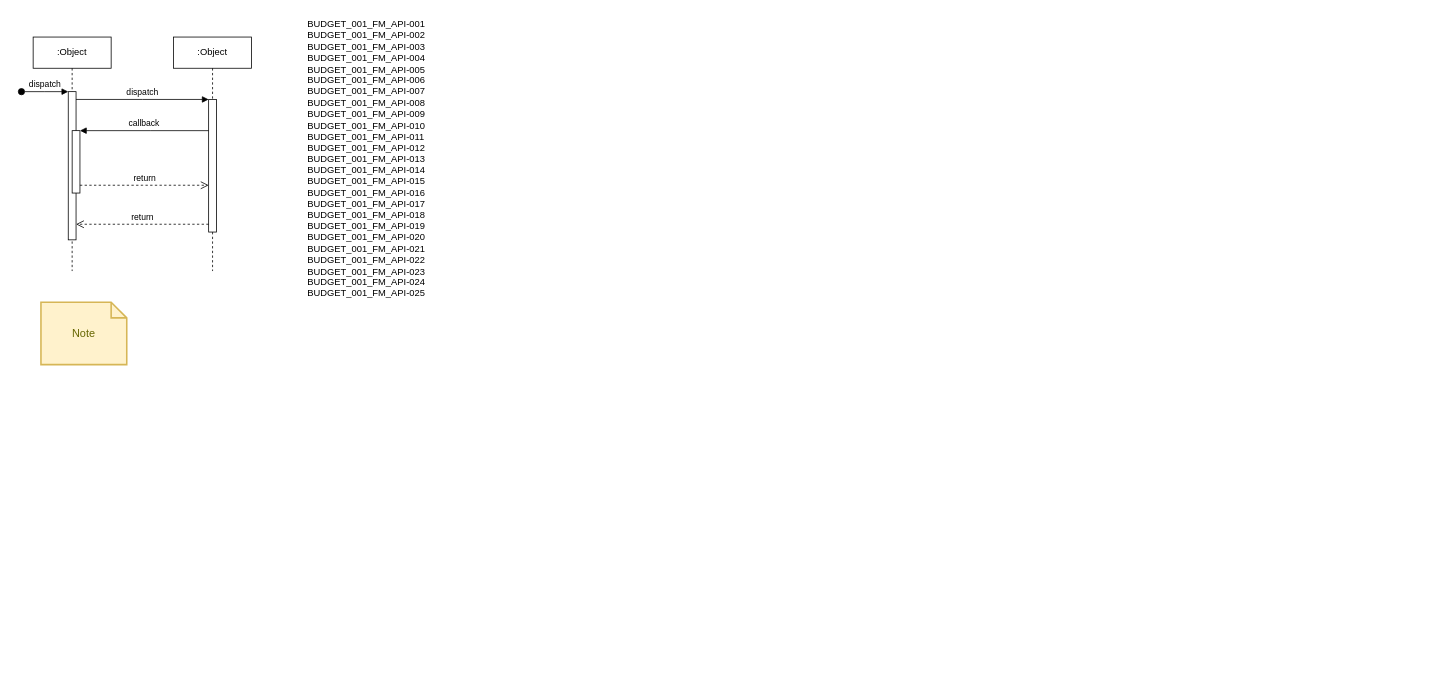
The draw.io diagram page "Overviews" (1 of 7) of NHSO-Flow-chart.drawio in pukaponb/nhso-diagrams, before the edit. Source tidied: cells renumbered, new cells numbered last; positions are measured from the earlier drawing's top-left corner, leaving out a move shared by most shapes. Both pictures are drawn from the tidied source at 78%, with x=0, y=0 at pixel (21, 13).
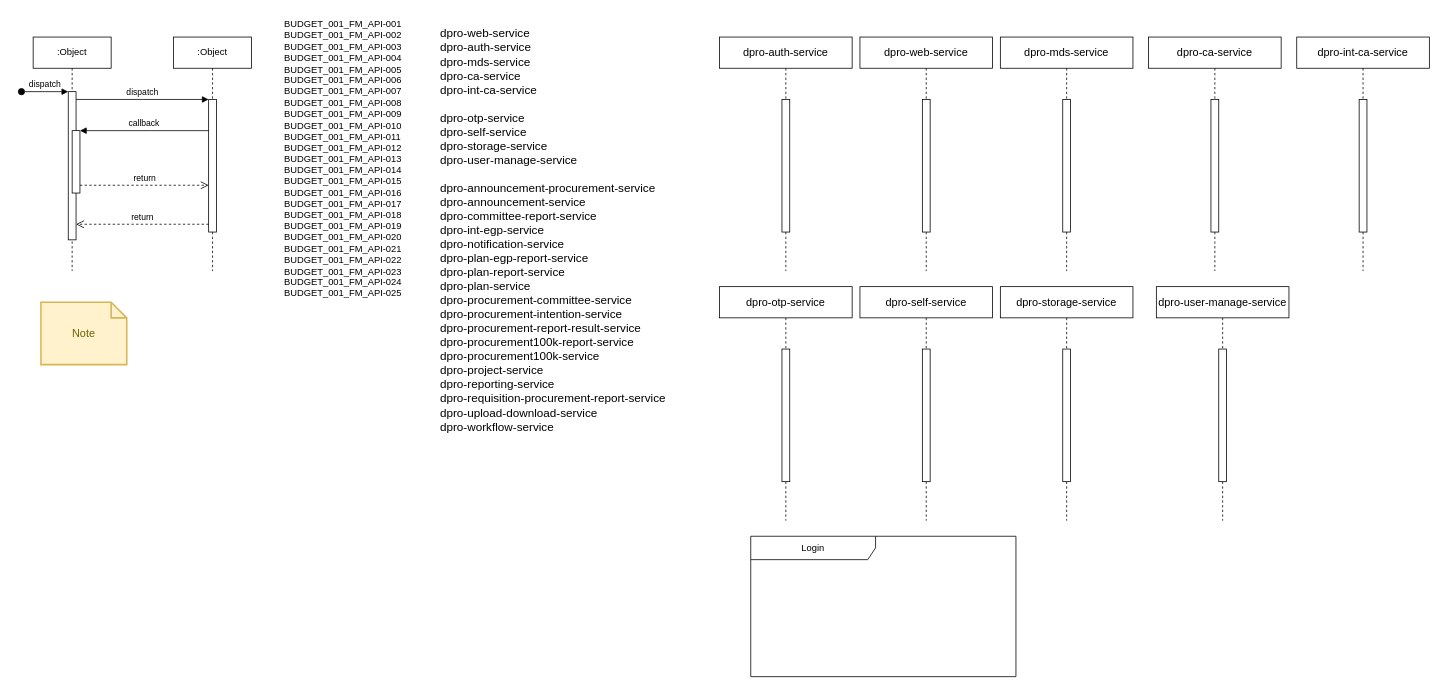
Above is the later version.

What changed in the source:
```diff
@@
     <mxCell id="12" value="BUDGET_001_FM_API-001&#10;BUDGET_001_FM_API-002&#10;BUDGET_001_FM_API-003&#10;BUDGET_001_FM_API-004&#10;BUDGET_001_FM_API-005&#10;BUDGET_001_FM_API-006&#10;BUDGET_001_FM_API-007&#10;BUDGET_001_FM_API-008&#10;BUDGET_001_FM_API-009&#10;BUDGET_001_FM_API-010&#10;BUDGET_001_FM_API-011&#10;BUDGET_001_FM_API-012&#10;BUDGET_001_FM_API-013&#10;BUDGET_001_FM_API-014&#10;BUDGET_001_FM_API-015&#10;BUDGET_001_FM_API-016&#10;BUDGET_001_FM_API-017&#10;BUDGET_001_FM_API-018&#10;BUDGET_001_FM_API-019&#10;BUDGET_001_FM_API-020&#10;BUDGET_001_FM_API-021&#10;BUDGET_001_FM_API-022&#10;BUDGET_001_FM_API-023&#10;BUDGET_001_FM_API-024&#10;BUDGET_001_FM_API-025" style="text;whiteSpace=wrap;" parent="1" vertex="1">
-      <mxGeometry x="365" width="180" height="380" as="geometry" />
+      <mxGeometry x="335" width="180" height="380" as="geometry" />
     </mxCell>
@@
+    <mxCell id="14" value="dpro-web-service&#10;dpro-auth-service&#10;dpro-mds-service&#10;dpro-ca-service&#10;dpro-int-ca-service&#10;&#10;dpro-otp-service&#10;dpro-self-service&#10;dpro-storage-service&#10;dpro-user-manage-service&#10;&#10;dpro-announcement-procurement-service&#10;dpro-announcement-service&#10;dpro-committee-report-service&#10;dpro-int-egp-service&#10;dpro-notification-service&#10;dpro-plan-egp-report-service&#10;dpro-plan-report-service&#10;dpro-plan-service&#10;dpro-procurement-committee-service&#10;dpro-procurement-intention-service&#10;dpro-procurement-report-result-service&#10;dpro-procurement100k-report-service&#10;dpro-procurement100k-service&#10;dpro-project-service&#10;dpro-reporting-service&#10;dpro-requisition-procurement-report-service&#10;dpro-upload-download-service&#10;dpro-workflow-service" style="text;whiteSpace=wrap;fontFamily=Helvetica;fontSize=15;" parent="1" vertex="1">
+      <mxGeometry x="535" y="10" width="310" height="560" as="geometry" />
+    </mxCell>
+    <mxCell id="15" value="dpro-auth-service" style="shape=umlLifeline;perimeter=lifelinePerimeter;whiteSpace=wrap;html=1;newEdgeStyle={&quot;edgeStyle&quot;:&quot;elbowEdgeStyle&quot;,&quot;elbow&quot;:&quot;vertical&quot;,&quot;curved&quot;:0,&quot;rounded&quot;:0};fontSize=14;" parent="1" vertex="1">
+      <mxGeometry x="895" y="30" width="170" height="300" as="geometry" />
+    </mxCell>
+    <mxCell id="16" style="html=1;perimeter=orthogonalPerimeter;targetShapes=umlLifeline;newEdgeStyle={&quot;edgeStyle&quot;:&quot;elbowEdgeStyle&quot;,&quot;elbow&quot;:&quot;vertical&quot;,&quot;curved&quot;:0,&quot;rounded&quot;:0};" parent="15" vertex="1">
+      <mxGeometry x="80" y="80" width="10" height="170" as="geometry" />
+    </mxCell>
+    <mxCell id="17" value="dpro-web-service" style="shape=umlLifeline;perimeter=lifelinePerimeter;whiteSpace=wrap;html=1;newEdgeStyle={&quot;edgeStyle&quot;:&quot;elbowEdgeStyle&quot;,&quot;elbow&quot;:&quot;vertical&quot;,&quot;curved&quot;:0,&quot;rounded&quot;:0};fontSize=14;" parent="1" vertex="1">
+      <mxGeometry x="1075" y="30" width="170" height="300" as="geometry" />
+    </mxCell>
+    <mxCell id="18" style="html=1;perimeter=orthogonalPerimeter;targetShapes=umlLifeline;newEdgeStyle={&quot;edgeStyle&quot;:&quot;elbowEdgeStyle&quot;,&quot;elbow&quot;:&quot;vertical&quot;,&quot;curved&quot;:0,&quot;rounded&quot;:0};" parent="17" vertex="1">
+      <mxGeometry x="80" y="80" width="10" height="170" as="geometry" />
+    </mxCell>
+    <mxCell id="19" value="dpro-mds-service" style="shape=umlLifeline;perimeter=lifelinePerimeter;whiteSpace=wrap;html=1;newEdgeStyle={&quot;edgeStyle&quot;:&quot;elbowEdgeStyle&quot;,&quot;elbow&quot;:&quot;vertical&quot;,&quot;curved&quot;:0,&quot;rounded&quot;:0};fontSize=14;" parent="1" vertex="1">
+      <mxGeometry x="1255" y="30" width="170" height="300" as="geometry" />
+    </mxCell>
+    <mxCell id="20" style="html=1;perimeter=orthogonalPerimeter;targetShapes=umlLifeline;newEdgeStyle={&quot;edgeStyle&quot;:&quot;elbowEdgeStyle&quot;,&quot;elbow&quot;:&quot;vertical&quot;,&quot;curved&quot;:0,&quot;rounded&quot;:0};" parent="19" vertex="1">
+      <mxGeometry x="80" y="80" width="10" height="170" as="geometry" />
+    </mxCell>
+    <mxCell id="21" value="dpro-otp-service" style="shape=umlLifeline;perimeter=lifelinePerimeter;whiteSpace=wrap;html=1;newEdgeStyle={&quot;edgeStyle&quot;:&quot;elbowEdgeStyle&quot;,&quot;elbow&quot;:&quot;vertical&quot;,&quot;curved&quot;:0,&quot;rounded&quot;:0};fontSize=14;" parent="1" vertex="1">
+      <mxGeometry x="895" y="350" width="170" height="300" as="geometry" />
+    </mxCell>
+    <mxCell id="22" style="html=1;perimeter=orthogonalPerimeter;targetShapes=umlLifeline;newEdgeStyle={&quot;edgeStyle&quot;:&quot;elbowEdgeStyle&quot;,&quot;elbow&quot;:&quot;vertical&quot;,&quot;curved&quot;:0,&quot;rounded&quot;:0};" parent="21" vertex="1">
+      <mxGeometry x="80" y="80" width="10" height="170" as="geometry" />
+    </mxCell>
+    <mxCell id="23" value="dpro-self-service" style="shape=umlLifeline;perimeter=lifelinePerimeter;whiteSpace=wrap;html=1;newEdgeStyle={&quot;edgeStyle&quot;:&quot;elbowEdgeStyle&quot;,&quot;elbow&quot;:&quot;vertical&quot;,&quot;curved&quot;:0,&quot;rounded&quot;:0};fontSize=14;" parent="1" vertex="1">
+      <mxGeometry x="1075" y="350" width="170" height="300" as="geometry" />
+    </mxCell>
+    <mxCell id="24" style="html=1;perimeter=orthogonalPerimeter;targetShapes=umlLifeline;newEdgeStyle={&quot;edgeStyle&quot;:&quot;elbowEdgeStyle&quot;,&quot;elbow&quot;:&quot;vertical&quot;,&quot;curved&quot;:0,&quot;rounded&quot;:0};" parent="23" vertex="1">
+      <mxGeometry x="80" y="80" width="10" height="170" as="geometry" />
+    </mxCell>
+    <mxCell id="25" value="dpro-storage-service" style="shape=umlLifeline;perimeter=lifelinePerimeter;whiteSpace=wrap;html=1;newEdgeStyle={&quot;edgeStyle&quot;:&quot;elbowEdgeStyle&quot;,&quot;elbow&quot;:&quot;vertical&quot;,&quot;curved&quot;:0,&quot;rounded&quot;:0};fontSize=14;" parent="1" vertex="1">
+      <mxGeometry x="1255" y="350" width="170" height="300" as="geometry" />
+    </mxCell>
+    <mxCell id="26" style="html=1;perimeter=orthogonalPerimeter;targetShapes=umlLifeline;newEdgeStyle={&quot;edgeStyle&quot;:&quot;elbowEdgeStyle&quot;,&quot;elbow&quot;:&quot;vertical&quot;,&quot;curved&quot;:0,&quot;rounded&quot;:0};" parent="25" vertex="1">
+      <mxGeometry x="80" y="80" width="10" height="170" as="geometry" />
+    </mxCell>
+    <mxCell id="27" value="dpro-user-manage-service" style="shape=umlLifeline;perimeter=lifelinePerimeter;whiteSpace=wrap;html=1;newEdgeStyle={&quot;edgeStyle&quot;:&quot;elbowEdgeStyle&quot;,&quot;elbow&quot;:&quot;vertical&quot;,&quot;curved&quot;:0,&quot;rounded&quot;:0};fontSize=14;" parent="1" vertex="1">
+      <mxGeometry x="1455" y="350" width="170" height="300" as="geometry" />
+    </mxCell>
+    <mxCell id="28" style="html=1;perimeter=orthogonalPerimeter;targetShapes=umlLifeline;newEdgeStyle={&quot;edgeStyle&quot;:&quot;elbowEdgeStyle&quot;,&quot;elbow&quot;:&quot;vertical&quot;,&quot;curved&quot;:0,&quot;rounded&quot;:0};" parent="27" vertex="1">
+      <mxGeometry x="80" y="80" width="10" height="170" as="geometry" />
+    </mxCell>
+    <mxCell id="29" value="dpro-ca-service" style="shape=umlLifeline;perimeter=lifelinePerimeter;whiteSpace=wrap;html=1;newEdgeStyle={&quot;edgeStyle&quot;:&quot;elbowEdgeStyle&quot;,&quot;elbow&quot;:&quot;vertical&quot;,&quot;curved&quot;:0,&quot;rounded&quot;:0};fontSize=14;" parent="1" vertex="1">
+      <mxGeometry x="1445" y="30" width="170" height="300" as="geometry" />
+    </mxCell>
+    <mxCell id="30" style="html=1;perimeter=orthogonalPerimeter;targetShapes=umlLifeline;newEdgeStyle={&quot;edgeStyle&quot;:&quot;elbowEdgeStyle&quot;,&quot;elbow&quot;:&quot;vertical&quot;,&quot;curved&quot;:0,&quot;rounded&quot;:0};" parent="29" vertex="1">
+      <mxGeometry x="80" y="80" width="10" height="170" as="geometry" />
+    </mxCell>
+    <mxCell id="31" value="dpro-int-ca-service" style="shape=umlLifeline;perimeter=lifelinePerimeter;whiteSpace=wrap;html=1;newEdgeStyle={&quot;edgeStyle&quot;:&quot;elbowEdgeStyle&quot;,&quot;elbow&quot;:&quot;vertical&quot;,&quot;curved&quot;:0,&quot;rounded&quot;:0};fontSize=14;" parent="1" vertex="1">
+      <mxGeometry x="1635" y="30" width="170" height="300" as="geometry" />
+    </mxCell>
+    <mxCell id="32" style="html=1;perimeter=orthogonalPerimeter;targetShapes=umlLifeline;newEdgeStyle={&quot;edgeStyle&quot;:&quot;elbowEdgeStyle&quot;,&quot;elbow&quot;:&quot;vertical&quot;,&quot;curved&quot;:0,&quot;rounded&quot;:0};" parent="31" vertex="1">
+      <mxGeometry x="80" y="80" width="10" height="170" as="geometry" />
+    </mxCell>
+    <mxCell id="33" value="Login" style="shape=umlFrame;whiteSpace=wrap;html=1;width=160;fontStyle=0;" parent="1" vertex="1">
+      <mxGeometry x="935" y="670" width="340" height="180" as="geometry" />
+    </mxCell>
```
